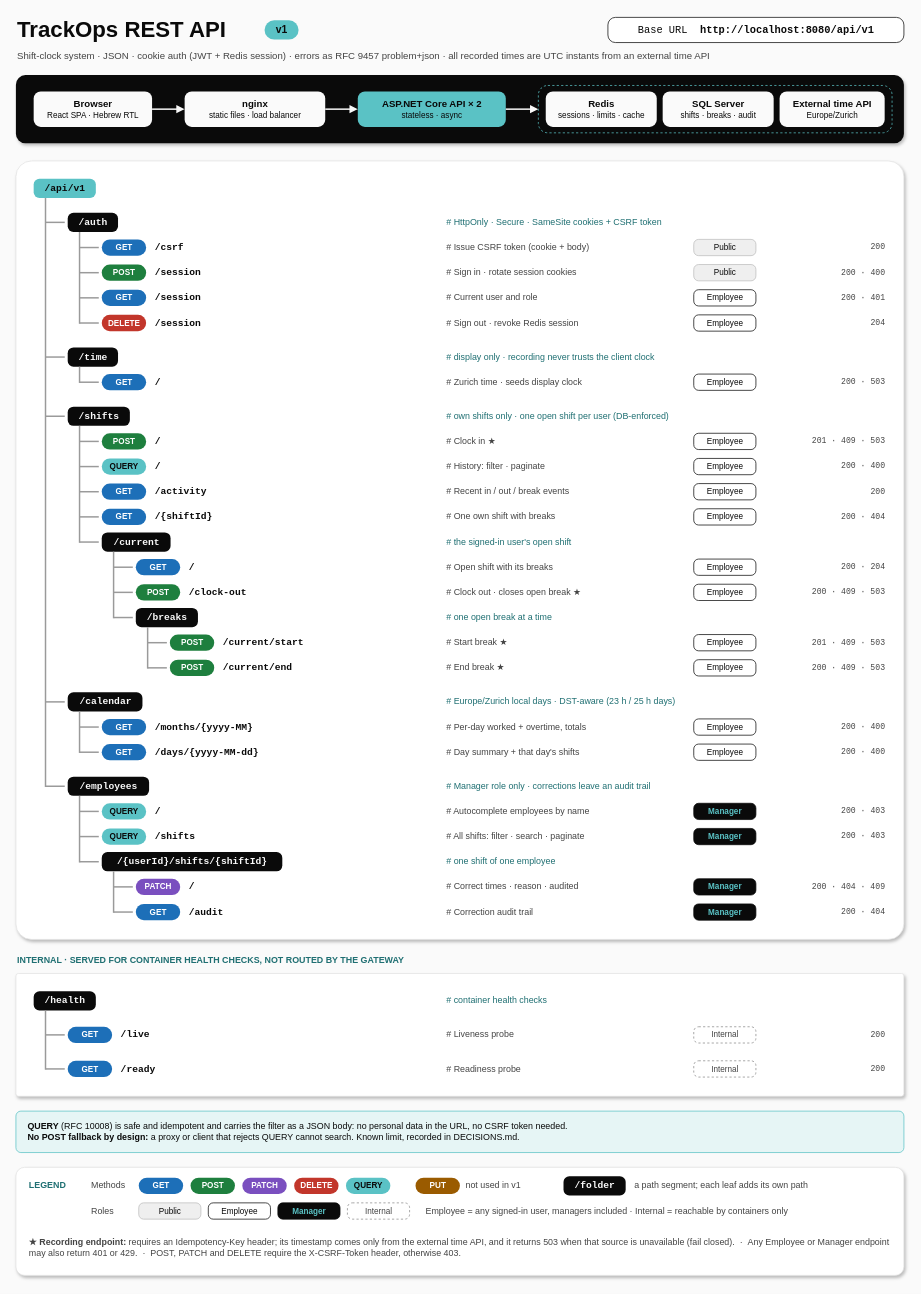
Above: page "API map" (1 of 2) of docs/api/rest-api.drawio in JusticeIL/TrackOps (draw.io), before the change. Source tidied: cells renumbered, new cells numbered last; positions are measured from the earlier drawing's top-left corner, leaving out a move shared by most shapes. Both pictures are drawn from the tidied source at 74%, with x=0, y=0 at pixel (16, 13).
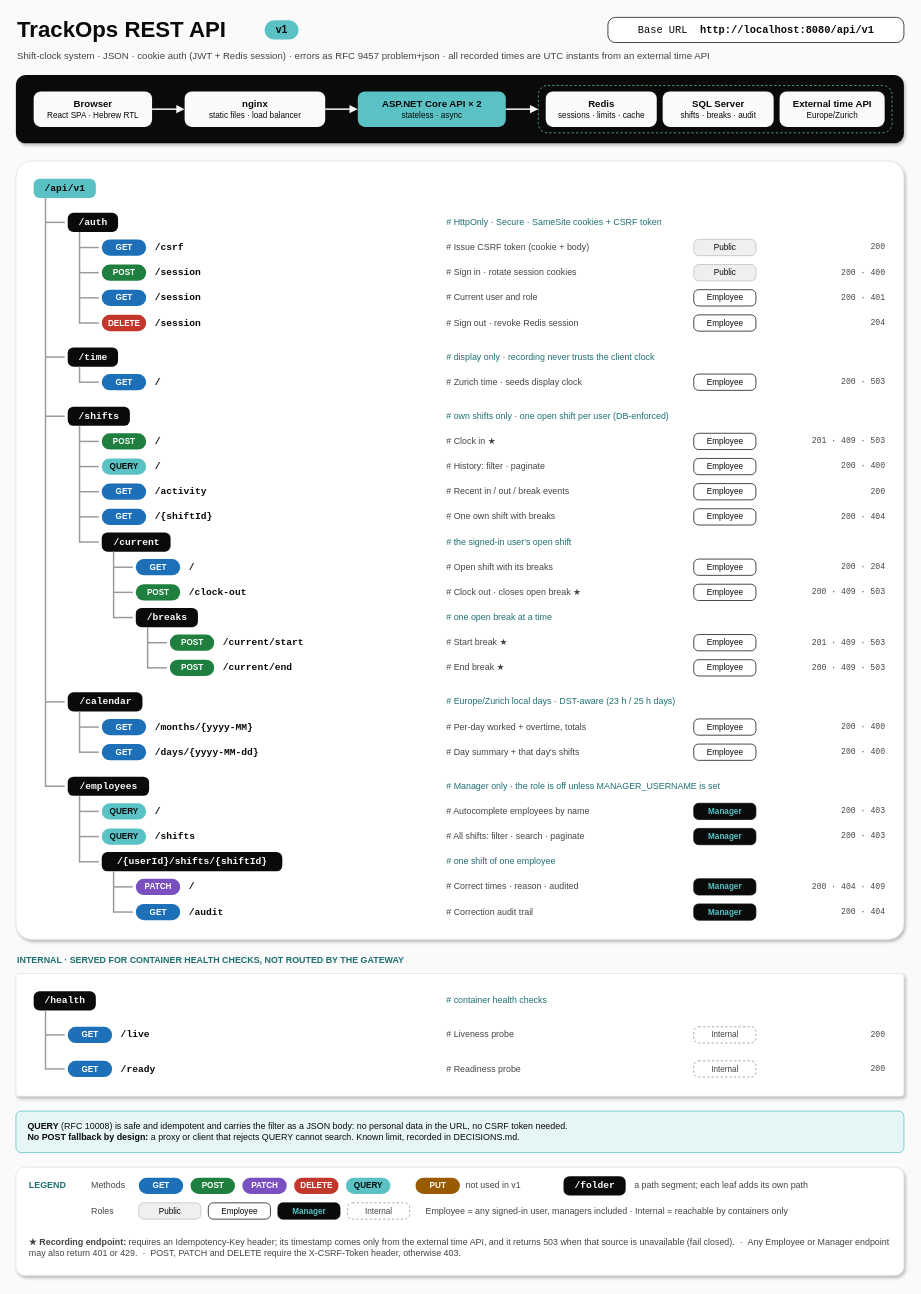
After the change.

Diff of the diagram source:
```diff
@@
-    <mxCell id="134" value="# Manager role only · corrections leave an audit trail" style="text;html=1;verticalAlign=middle;align=left;fontSize=12;fontColor=#1F6F72;" parent="1" vertex="1">
+    <mxCell id="134" value="# Manager only · the role is off unless MANAGER_USERNAME is set" style="text;html=1;verticalAlign=middle;align=left;fontSize=12;fontColor=#1F6F72;" parent="1" vertex="1">
       <mxGeometry x="580" y="1028" width="596" height="34" as="geometry" />
     </mxCell>
```
